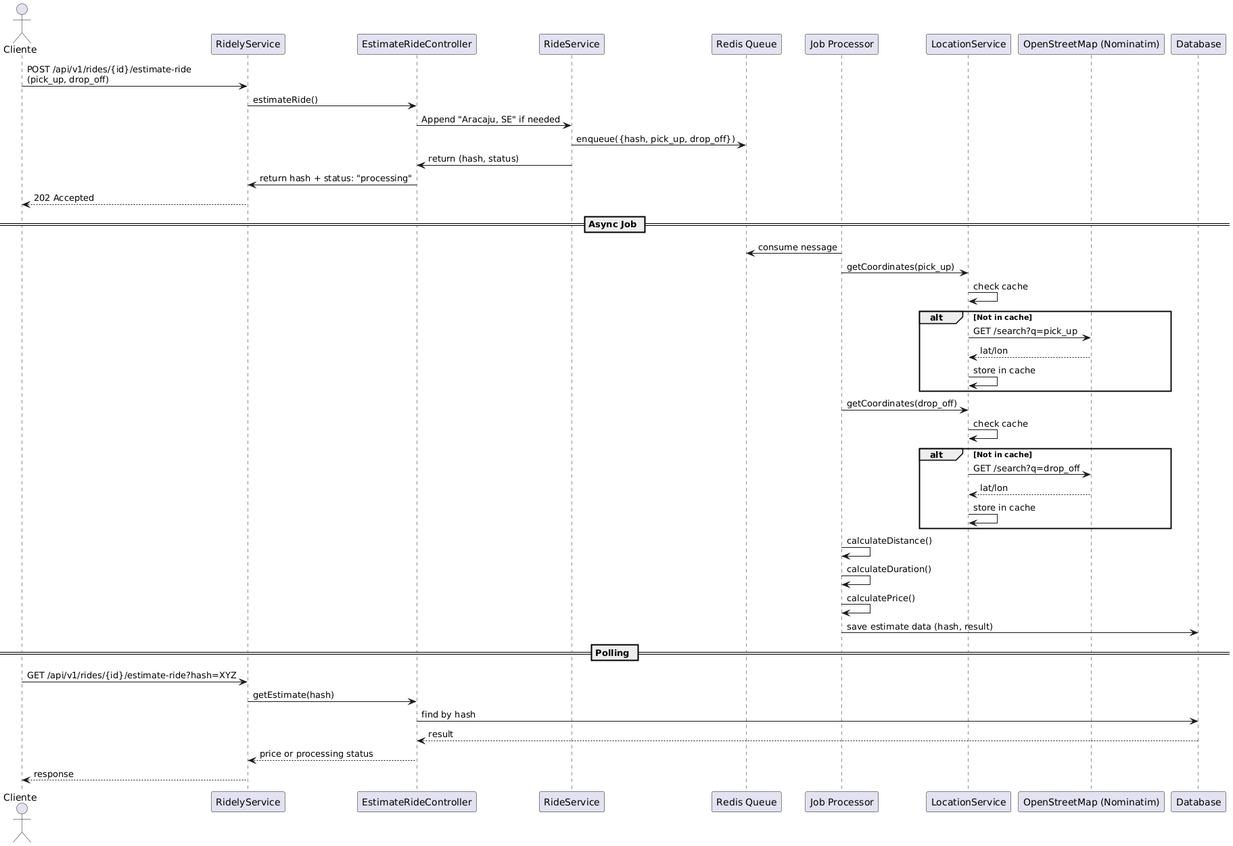
Before: docs/architecture/diagrams/uml/ridely-estimate-ride-async-sequence.png, a diagram exported from PlantUML (jaya/ridely-php-backend-test).
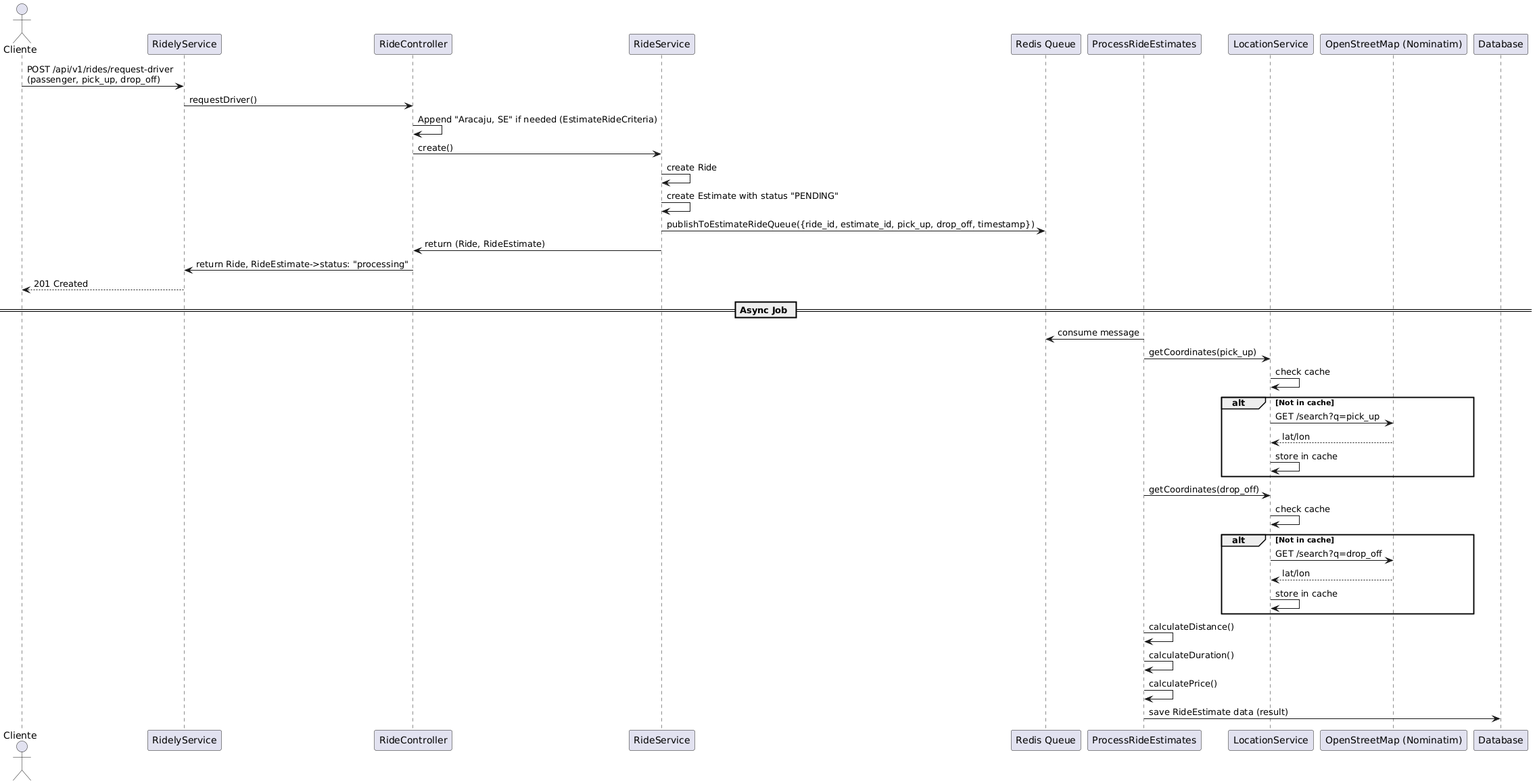
After the change.

What changed in the source:
```diff
@@ -1,51 +1,49 @@
 @startuml
 actor Cliente
 participant "RidelyService" as RidelyService
-participant "EstimateRideController" as Controller
+participant "RideController" as Controller
 participant "RideService"
 participant "Redis Queue" as RedisQueue
-participant "Job Processor" as JobProcessor
+participant "ProcessRideEstimates" as ProcessRideEstimates
 
 participant "LocationService"
 participant "OpenStreetMap (Nominatim)" as Nominatim
 participant "Database"
 
-Cliente -> RidelyService : POST /api/v1/rides/{id}/estimate-ride\n(pick_up, drop_off)
-RidelyService -> Controller : estimateRide()
-Controller -> RideService : Append "Aracaju, SE" if needed
-RideService -> RedisQueue : enqueue({hash, pick_up, drop_off})
-RideService -> Controller : return (hash, status)
-Controller -> RidelyService : return hash + status: "processing"
-RidelyService --> Cliente : 202 Accepted
+Cliente -> RidelyService : POST /api/v1/rides/request-driver\n(passenger, pick_up, drop_off)
+RidelyService -> Controller : requestDriver()
+Controller -> Controller : Append "Aracaju, SE" if needed (EstimateRideCriteria)
+Controller -> RideService : create()
+RideService -> RideService : create Ride
+RideService -> RideService : create Estimate with status "PENDING"
+
+RideService -> RedisQueue : publishToEstimateRideQueue({ride_id, estimate_id, pick_up, drop_off, timestamp})
+RideService -> Controller : return (Ride, RideEstimate)
+Controller -> RidelyService : return Ride, RideEstimate->status: "processing"
+RidelyService --> Cliente : 201 Created
 
 == Async Job ==
 
-JobProcessor -> RedisQueue : consume nessage
-JobProcessor -> LocationService : getCoordinates(pick_up)
+ProcessRideEstimates -> RedisQueue : consume message
+ProcessRideEstimates -> LocationService : getCoordinates(pick_up)
 LocationService -> LocationService : check cache
 alt Not in cache
     LocationService -> Nominatim : GET /search?q=pick_up
     Nominatim --> LocationService : lat/lon
     LocationService -> LocationService : store in cache
 end
-JobProcessor -> LocationService : getCoordinates(drop_off)
+
+ProcessRideEstimates -> LocationService : getCoordinates(drop_off)
 LocationService -> LocationService : check cache
 alt Not in cache
     LocationService -> Nominatim : GET /search?q=drop_off
     Nominatim --> LocationService : lat/lon
     LocationService -> LocationService : store in cache
 end
-JobProcessor -> JobProcessor : calculateDistance()
-JobProcessor -> JobProcessor : calculateDuration()
-JobProcessor -> JobProcessor : calculatePrice()
-JobProcessor -> Database : save estimate data (hash, result)
+ProcessRideEstimates -> ProcessRideEstimates : calculateDistance()
+ProcessRideEstimates -> ProcessRideEstimates : calculateDuration()
+ProcessRideEstimates -> ProcessRideEstimates : calculatePrice()
+ProcessRideEstimates -> Database : save RideEstimate data (result)
 
-== Polling ==
 
-Cliente -> RidelyService : GET /api/v1/rides/{id}/estimate-ride?hash=XYZ
-RidelyService -> Controller : getEstimate(hash)
-Controller -> Database : find by hash
-Database --> Controller : result
-Controller --> RidelyService : price or processing status
-RidelyService --> Cliente : response
 @enduml
```
